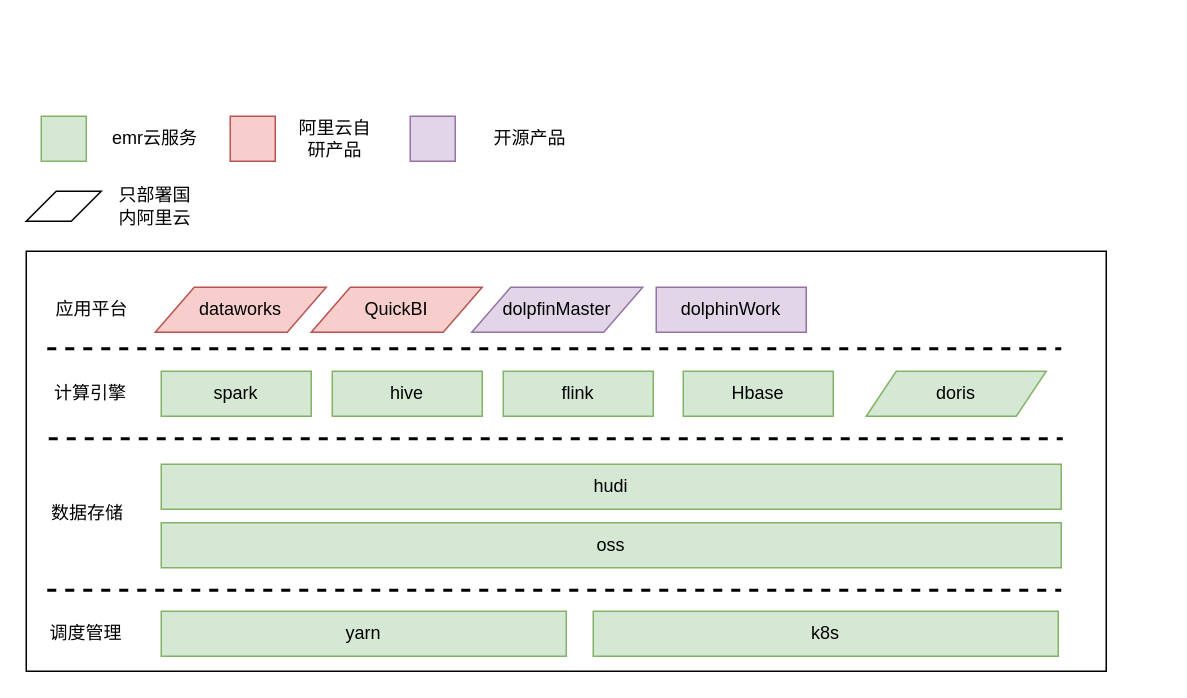
Earlier version of the draw.io diagram 大数据云平台.drawio (stgztsw/diagrams). Source tidied: cells renumbered, new cells numbered last; positions are measured from the earlier drawing's top-left corner, leaving out a move shared by most shapes. Both pictures are drawn from the tidied source at 150%, with x=0, y=0 at pixel (26, 116).
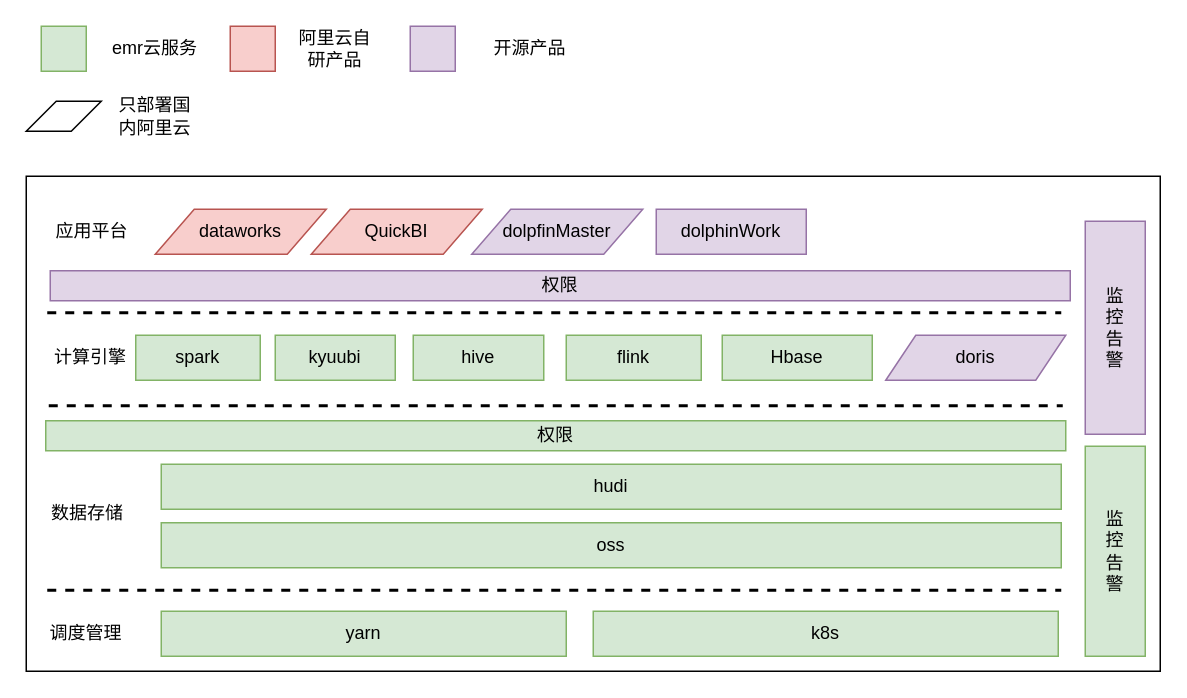
Above is the later version.

Commit message:
Update 大数据云平台.drawio

Diff of the diagram source:
```diff
@@
     <mxCell id="2" style="verticalLabelPosition=bottom;verticalAlign=top;html=1;shape=mxgraph.basic.rect;fillColor2=none;strokeWidth=1;size=20;indent=5;" parent="1" vertex="1">
-      <mxGeometry y="90" width="720" height="280" as="geometry" />
+      <mxGeometry y="40" width="756" height="330" as="geometry" />
     </mxCell>
@@
     <mxCell id="10" style="line;strokeWidth=2;html=1;dashed=1;" parent="1" vertex="1">
-      <mxGeometry x="15" y="210" width="676" height="10" as="geometry" />
+      <mxGeometry x="15" y="188" width="676" height="10" as="geometry" />
     </mxCell>
     <mxCell id="11" value="计算引擎" style="text;html=1;strokeColor=none;fillColor=none;align=center;verticalAlign=middle;whiteSpace=wrap;rounded=0;" parent="1" vertex="1">
-      <mxGeometry x="13" y="170" width="60" height="30" as="geometry" />
+      <mxGeometry x="13" y="146" width="60" height="30" as="geometry" />
     </mxCell>
     <mxCell id="12" value="spark" style="rounded=0;whiteSpace=wrap;html=1;fillColor=#d5e8d4;strokeColor=#82b366;" parent="1" vertex="1">
-      <mxGeometry x="90" y="170" width="100" height="30" as="geometry" />
+      <mxGeometry x="73" y="146" width="83" height="30" as="geometry" />
     </mxCell>
     <mxCell id="13" value="hive" style="rounded=0;whiteSpace=wrap;html=1;fillColor=#d5e8d4;strokeColor=#82b366;" parent="1" vertex="1">
-      <mxGeometry x="204" y="170" width="100" height="30" as="geometry" />
+      <mxGeometry x="258" y="146" width="87" height="30" as="geometry" />
     </mxCell>
     <mxCell id="14" value="flink" style="rounded=0;whiteSpace=wrap;html=1;fillColor=#d5e8d4;strokeColor=#82b366;" parent="1" vertex="1">
-      <mxGeometry x="318" y="170" width="100" height="30" as="geometry" />
+      <mxGeometry x="360" y="146" width="90" height="30" as="geometry" />
     </mxCell>
     <mxCell id="15" value="Hbase" style="rounded=0;whiteSpace=wrap;html=1;fillColor=#d5e8d4;strokeColor=#82b366;" parent="1" vertex="1">
-      <mxGeometry x="438" y="170" width="100" height="30" as="geometry" />
+      <mxGeometry x="464" y="146" width="100" height="30" as="geometry" />
     </mxCell>
-    <mxCell id="16" value="&lt;span style=&quot;&quot;&gt;doris&lt;/span&gt;" style="shape=parallelogram;perimeter=parallelogramPerimeter;whiteSpace=wrap;html=1;fixedSize=1;fillColor=#d5e8d4;strokeColor=#82b366;" parent="1" vertex="1">
-      <mxGeometry x="560" y="170" width="120" height="30" as="geometry" />
+    <mxCell id="16" value="&lt;span style=&quot;&quot;&gt;doris&lt;/span&gt;" style="shape=parallelogram;perimeter=parallelogramPerimeter;whiteSpace=wrap;html=1;fixedSize=1;fillColor=#e1d5e7;strokeColor=#9673a6;" parent="1" vertex="1">
+      <mxGeometry x="573" y="146" width="120" height="30" as="geometry" />
     </mxCell>
     <mxCell id="17" style="line;strokeWidth=2;html=1;dashed=1;" parent="1" vertex="1">
-      <mxGeometry x="14" y="150" width="676" height="10" as="geometry" />
+      <mxGeometry x="14" y="126" width="676" height="10" as="geometry" />
     </mxCell>
     <mxCell id="18" style="rounded=0;whiteSpace=wrap;html=1;fillColor=#d5e8d4;strokeColor=#82b366;" parent="1" vertex="1">
-      <mxGeometry x="10" width="30" height="30" as="geometry" />
+      <mxGeometry x="10" y="-60" width="30" height="30" as="geometry" />
     </mxCell>
     <mxCell id="19" value="emr云服务" style="text;html=1;strokeColor=none;fillColor=none;align=center;verticalAlign=middle;whiteSpace=wrap;rounded=0;" parent="1" vertex="1">
-      <mxGeometry x="56" width="60" height="30" as="geometry" />
+      <mxGeometry x="56" y="-60" width="60" height="30" as="geometry" />
     </mxCell>
     <mxCell id="20" style="shape=parallelogram;perimeter=parallelogramPerimeter;whiteSpace=wrap;html=1;fixedSize=1;" parent="1" vertex="1">
-      <mxGeometry y="50" width="50" height="20" as="geometry" />
+      <mxGeometry y="-10" width="50" height="20" as="geometry" />
     </mxCell>
     <mxCell id="21" value="只部署国内阿里云" style="text;html=1;strokeColor=none;fillColor=none;align=center;verticalAlign=middle;whiteSpace=wrap;rounded=0;" parent="1" vertex="1">
-      <mxGeometry x="56" y="45" width="60" height="30" as="geometry" />
+      <mxGeometry x="56" y="-15" width="60" height="30" as="geometry" />
     </mxCell>
     <mxCell id="22" style="rounded=0;whiteSpace=wrap;html=1;fillColor=#f8cecc;strokeColor=#b85450;" parent="1" vertex="1">
-      <mxGeometry x="136" width="30" height="30" as="geometry" />
+      <mxGeometry x="136" y="-60" width="30" height="30" as="geometry" />
     </mxCell>
     <mxCell id="23" value="阿里云自研产品" style="text;html=1;strokeColor=none;fillColor=none;align=center;verticalAlign=middle;whiteSpace=wrap;rounded=0;" parent="1" vertex="1">
-      <mxGeometry x="176" width="60" height="30" as="geometry" />
+      <mxGeometry x="176" y="-60" width="60" height="30" as="geometry" />
     </mxCell>
     <mxCell id="24" value="应用平台" style="text;html=1;strokeColor=none;fillColor=none;align=center;verticalAlign=middle;whiteSpace=wrap;rounded=0;" parent="1" vertex="1">
-      <mxGeometry x="14" y="114" width="60" height="30" as="geometry" />
+      <mxGeometry x="14" y="62" width="60" height="30" as="geometry" />
     </mxCell>
     <mxCell id="25" value="dataworks" style="shape=parallelogram;perimeter=parallelogramPerimeter;whiteSpace=wrap;html=1;fixedSize=1;fillColor=#f8cecc;strokeColor=#b85450;size=26;" parent="1" vertex="1">
-      <mxGeometry x="86" y="114" width="114" height="30" as="geometry" />
+      <mxGeometry x="86" y="62" width="114" height="30" as="geometry" />
     </mxCell>
     <mxCell id="26" value="QuickBI" style="shape=parallelogram;perimeter=parallelogramPerimeter;whiteSpace=wrap;html=1;fixedSize=1;fillColor=#f8cecc;strokeColor=#b85450;size=26;" parent="1" vertex="1">
-      <mxGeometry x="190" y="114" width="114" height="30" as="geometry" />
+      <mxGeometry x="190" y="62" width="114" height="30" as="geometry" />
     </mxCell>
     <mxCell id="27" style="rounded=0;whiteSpace=wrap;html=1;fillColor=#e1d5e7;strokeColor=#9673a6;" parent="1" vertex="1">
-      <mxGeometry x="256" width="30" height="30" as="geometry" />
+      <mxGeometry x="256" y="-60" width="30" height="30" as="geometry" />
     </mxCell>
     <mxCell id="28" value="开源产品" style="text;html=1;strokeColor=none;fillColor=none;align=center;verticalAlign=middle;whiteSpace=wrap;rounded=0;" parent="1" vertex="1">
-      <mxGeometry x="306" width="60" height="30" as="geometry" />
+      <mxGeometry x="306" y="-60" width="60" height="30" as="geometry" />
     </mxCell>
     <mxCell id="29" value="dolpfinMaster" style="shape=parallelogram;perimeter=parallelogramPerimeter;whiteSpace=wrap;html=1;fixedSize=1;fillColor=#e1d5e7;strokeColor=#9673a6;size=26;" parent="1" vertex="1">
-      <mxGeometry x="297" y="114" width="114" height="30" as="geometry" />
+      <mxGeometry x="297" y="62" width="114" height="30" as="geometry" />
     </mxCell>
     <mxCell id="30" value="dolphinWork" style="rounded=0;whiteSpace=wrap;html=1;fillColor=#e1d5e7;strokeColor=#9673a6;" parent="1" vertex="1">
-      <mxGeometry x="420" y="114" width="100" height="30" as="geometry" />
+      <mxGeometry x="420" y="62" width="100" height="30" as="geometry" />
     </mxCell>
+    <mxCell id="31" value="监&lt;br&gt;控&lt;br&gt;告&lt;br&gt;警" style="rounded=0;whiteSpace=wrap;html=1;fillColor=#d5e8d4;strokeColor=#82b366;" parent="1" vertex="1">
+      <mxGeometry x="706" y="220" width="40" height="140" as="geometry" />
+    </mxCell>
+    <mxCell id="32" value="监&lt;br&gt;控&lt;br&gt;告&lt;br&gt;警" style="rounded=0;whiteSpace=wrap;html=1;fillColor=#e1d5e7;strokeColor=#9673a6;" parent="1" vertex="1">
+      <mxGeometry x="706" y="70" width="40" height="142" as="geometry" />
+    </mxCell>
+    <mxCell id="33" value="权限" style="rounded=0;whiteSpace=wrap;html=1;fillColor=#e1d5e7;strokeColor=#9673a6;" parent="1" vertex="1">
+      <mxGeometry x="16" y="103" width="680" height="20" as="geometry" />
+    </mxCell>
+    <mxCell id="34" value="权限" style="rounded=0;whiteSpace=wrap;html=1;fillColor=#d5e8d4;strokeColor=#82b366;" parent="1" vertex="1">
+      <mxGeometry x="13" y="203" width="680" height="20" as="geometry" />
+    </mxCell>
+    <mxCell id="35" value="kyuubi" style="rounded=0;whiteSpace=wrap;html=1;fillColor=#d5e8d4;strokeColor=#82b366;" parent="1" vertex="1">
+      <mxGeometry x="166" y="146" width="80" height="30" as="geometry" />
+    </mxCell>
```
